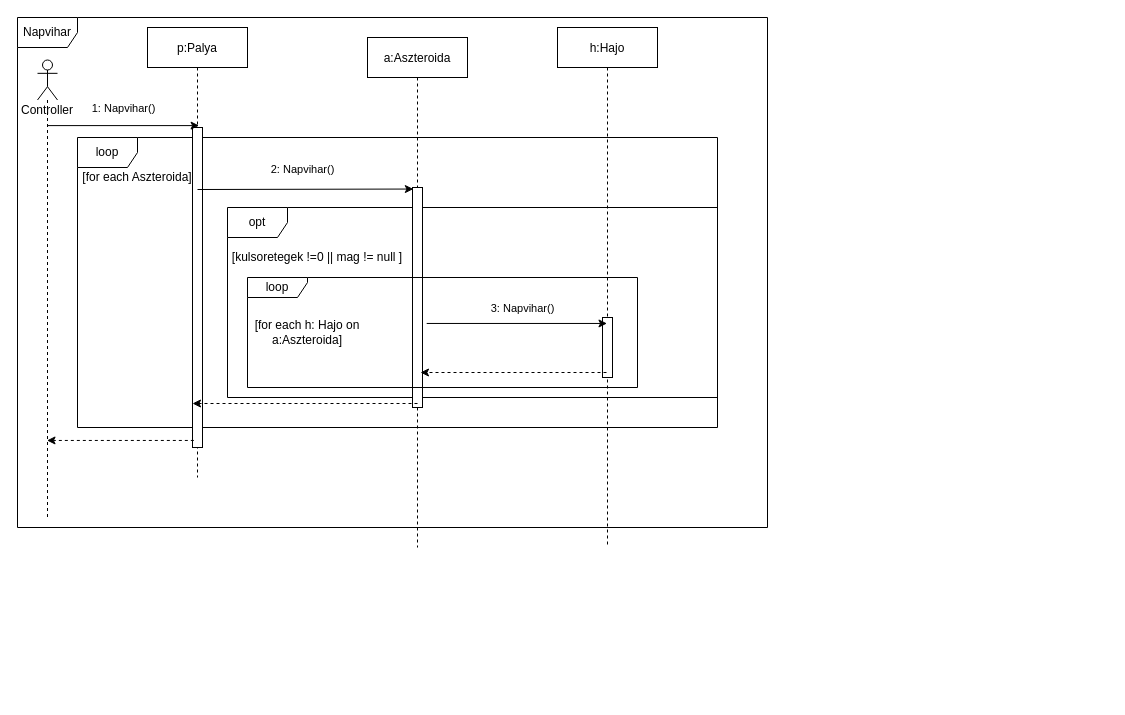
torpeBoiGo/aszteroidabanyaszat keeps this draw.io diagram as doc/szekvencia/szek_Napvihar.drawio. Above is the earlier version. Source tidied: cells renumbered, new cells numbered last; positions are measured from the earlier drawing's top-left corner, leaving out a move shared by most shapes. Both pictures are drawn from the tidied source at 100%, with x=0, y=0 at pixel (17, 17).
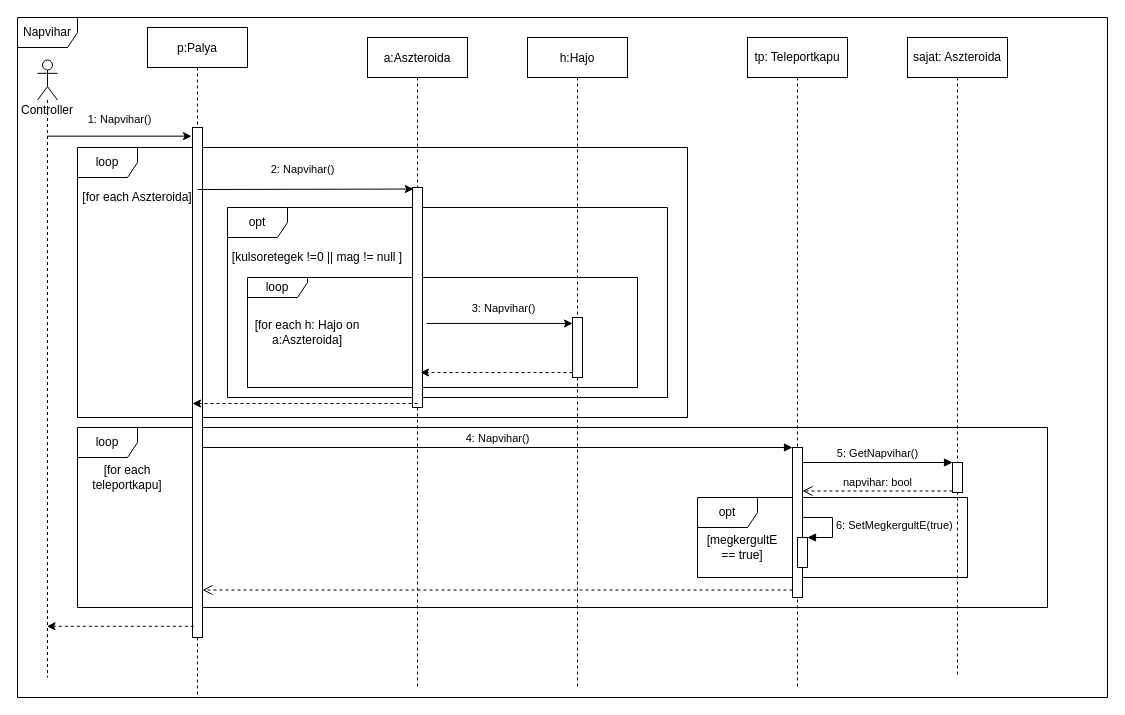
After the change.

Commit message:
teleportkaput is napszél ér

Unchanged cells that the change refers to:
```xml
<mxCell id="12" style="points=[];perimeter=orthogonalPerimeter;rounded=0;shadow=0;strokeWidth=1;" parent="11" vertex="1">
  <mxGeometry x="45" y="150" width="10" height="220" as="geometry" />
</mxCell>
```

The edit, as a diff of the source:
```diff
@@
     <mxCell id="2" value="Napvihar" style="shape=umlFrame;whiteSpace=wrap;html=1;" parent="1" vertex="1">
-      <mxGeometry width="750" height="510" as="geometry" />
+      <mxGeometry width="1090" height="680" as="geometry" />
     </mxCell>
+    <mxCell id="22" value="loop" style="shape=umlFrame;whiteSpace=wrap;html=1;" parent="1" vertex="1">
+      <mxGeometry x="60" y="410" width="970" height="180" as="geometry" />
+    </mxCell>
+    <mxCell id="23" value="opt" style="shape=umlFrame;whiteSpace=wrap;html=1;" parent="1" vertex="1">
+      <mxGeometry x="680" y="480" width="270" height="80" as="geometry" />
+    </mxCell>
     <mxCell id="3" value="loop" style="shape=umlFrame;whiteSpace=wrap;html=1;" parent="1" vertex="1">
-      <mxGeometry x="60" y="120" width="640" height="290" as="geometry" />
+      <mxGeometry x="60" y="130" width="610" height="270" as="geometry" />
     </mxCell>
     <mxCell id="4" value="opt" style="shape=umlFrame;whiteSpace=wrap;html=1;" parent="1" vertex="1">
-      <mxGeometry x="210" y="190" width="490" height="190" as="geometry" />
+      <mxGeometry x="210" y="190" width="440" height="190" as="geometry" />
     </mxCell>
+    <mxCell id="20" value="loop" style="shape=umlFrame;whiteSpace=wrap;html=1;width=60;height=20;" parent="1" vertex="1">
+      <mxGeometry x="230" y="260" width="390" height="110" as="geometry" />
+    </mxCell>
     <mxCell id="5" value="p:Palya" style="shape=umlLifeline;perimeter=lifelinePerimeter;rounded=0;shadow=0;strokeWidth=1;" parent="1" vertex="1">
-      <mxGeometry x="130" y="10" width="100" height="450" as="geometry" />
+      <mxGeometry x="130" y="10" width="100" height="670" as="geometry" />
     </mxCell>
     <mxCell id="6" style="points=[];perimeter=orthogonalPerimeter;rounded=0;shadow=0;strokeWidth=1;" parent="5" vertex="1">
-      <mxGeometry x="45" y="100" width="10" height="320" as="geometry" />
+      <mxGeometry x="45" y="100" width="10" height="510" as="geometry" />
     </mxCell>
-    <mxCell id="7" value="1: Napvihar()" style="endArrow=classic;html=1;entryX=0.516;entryY=0.218;entryDx=0;entryDy=0;entryPerimeter=0;" parent="1" edge="1" source="21" target="5">
+    <mxCell id="7" value="1: Napvihar()" style="endArrow=classic;html=1;entryX=-0.1;entryY=0.017;entryDx=0;entryDy=0;entryPerimeter=0;" parent="1" edge="1" source="21" target="6">
       <mxGeometry y="16" relative="1" as="geometry">
         <mxPoint y="-1" as="offset" />
       </mxGeometry>
     </mxCell>
     <mxCell id="8" value="[for each Aszteroida]" style="text;html=1;strokeColor=none;fillColor=none;align=center;verticalAlign=middle;whiteSpace=wrap;rounded=0;" parent="1" vertex="1">
-      <mxGeometry x="60" y="150" width="120" height="20" as="geometry" />
+      <mxGeometry x="60" y="170" width="120" height="20" as="geometry" />
     </mxCell>
@@
     <mxCell id="11" value="a:Aszteroida" style="shape=umlLifeline;perimeter=lifelinePerimeter;rounded=0;shadow=0;strokeWidth=1;" parent="1" vertex="1">
-      <mxGeometry x="350" y="20" width="100" height="510" as="geometry" />
+      <mxGeometry x="350" y="20" width="100" height="650" as="geometry" />
     </mxCell>
@@
     <mxCell id="13" value="h:Hajo" style="shape=umlLifeline;perimeter=lifelinePerimeter;rounded=0;shadow=0;strokeWidth=1;" parent="1" vertex="1">
-      <mxGeometry x="540" y="10" width="100" height="520" as="geometry" />
+      <mxGeometry x="510" y="20" width="100" height="650" as="geometry" />
     </mxCell>
     <mxCell id="14" style="points=[];perimeter=orthogonalPerimeter;rounded=0;shadow=0;strokeWidth=1;" parent="13" vertex="1">
-      <mxGeometry x="45" y="290" width="10" height="60" as="geometry" />
+      <mxGeometry x="45" y="280" width="10" height="60" as="geometry" />
     </mxCell>
@@
-    <mxCell id="16" value="&lt;span style=&quot;color: rgb(0 , 0 , 0) ; font-family: &amp;#34;helvetica&amp;#34; ; font-size: 11px ; font-style: normal ; font-weight: 400 ; letter-spacing: normal ; text-align: center ; text-indent: 0px ; text-transform: none ; word-spacing: 0px ; background-color: rgb(255 , 255 , 255) ; display: inline ; float: none&quot;&gt;3: Napvihar()&lt;/span&gt;" style="endArrow=classic;html=1;exitX=1.419;exitY=0.618;exitDx=0;exitDy=0;exitPerimeter=0;" parent="1" edge="1" source="12" target="13">
+    <mxCell id="16" value="&lt;span style=&quot;color: rgb(0 , 0 , 0) ; font-family: &amp;#34;helvetica&amp;#34; ; font-size: 11px ; font-style: normal ; font-weight: 400 ; letter-spacing: normal ; text-align: center ; text-indent: 0px ; text-transform: none ; word-spacing: 0px ; background-color: rgb(255 , 255 , 255) ; display: inline ; float: none&quot;&gt;3: Napvihar()&lt;/span&gt;" style="endArrow=classic;html=1;exitX=1.419;exitY=0.618;exitDx=0;exitDy=0;exitPerimeter=0;" parent="1" edge="1" source="12" target="14">
       <mxGeometry x="0.06" y="15" relative="1" as="geometry" />
     </mxCell>
-    <mxCell id="17" style="endArrow=classic;html=1;dashed=1;" parent="1" edge="1">
+    <mxCell id="17" style="endArrow=classic;html=1;dashed=1;" parent="1" edge="1" source="14">
       <mxGeometry relative="1" as="geometry">
-        <mxPoint x="589" y="355" as="sourcePoint" />
         <mxPoint x="403" y="355" as="targetPoint" />
       </mxGeometry>
     </mxCell>
@@
-    <mxCell id="20" value="loop" style="shape=umlFrame;whiteSpace=wrap;html=1;width=60;height=20;" parent="1" vertex="1">
-      <mxGeometry x="230" y="260" width="390" height="110" as="geometry" />
-    </mxCell>
     <mxCell id="21" value="Controller" style="shape=umlLifeline;participant=umlActor;perimeter=lifelinePerimeter;whiteSpace=wrap;html=1;verticalAlign=top;spacingTop=36;outlineConnect=0;" parent="1" vertex="1">
-      <mxGeometry x="20" y="42.5" width="20" height="457.5" as="geometry" />
+      <mxGeometry x="20" y="42.5" width="20" height="617.5" as="geometry" />
     </mxCell>
+    <mxCell id="24" value="tp: Teleportkapu" style="shape=umlLifeline;perimeter=lifelinePerimeter;whiteSpace=wrap;html=1;" parent="1" vertex="1">
+      <mxGeometry x="730" y="20" width="100" height="650" as="geometry" />
+    </mxCell>
+    <mxCell id="25" style="html=1;points=[];perimeter=orthogonalPerimeter;" parent="24" vertex="1">
+      <mxGeometry x="45" y="410" width="10" height="150" as="geometry" />
+    </mxCell>
+    <mxCell id="26" value="[for each teleportkapu]" style="text;html=1;strokeColor=none;fillColor=none;align=center;verticalAlign=middle;whiteSpace=wrap;rounded=0;" parent="1" vertex="1">
+      <mxGeometry x="50" y="450" width="120" height="20" as="geometry" />
+    </mxCell>
+    <mxCell id="27" value="4: Napvihar()" style="html=1;verticalAlign=bottom;endArrow=block;entryX=0;entryY=0;" parent="1" edge="1" source="6" target="25">
+      <mxGeometry relative="1" as="geometry" />
+    </mxCell>
+    <mxCell id="28" style="html=1;verticalAlign=bottom;endArrow=open;dashed=1;endSize=8;exitX=0;exitY=0.95;" parent="1" edge="1" source="25" target="6">
+      <mxGeometry relative="1" as="geometry" />
+    </mxCell>
+    <mxCell id="29" value="sajat: Aszteroida" style="shape=umlLifeline;perimeter=lifelinePerimeter;whiteSpace=wrap;html=1;" parent="1" vertex="1">
+      <mxGeometry x="890" y="20" width="100" height="640" as="geometry" />
+    </mxCell>
+    <mxCell id="30" style="html=1;points=[];perimeter=orthogonalPerimeter;" parent="29" vertex="1">
+      <mxGeometry x="45" y="425" width="10" height="30" as="geometry" />
+    </mxCell>
+    <mxCell id="31" value="5: GetNapvihar()" style="html=1;verticalAlign=bottom;endArrow=block;entryX=0;entryY=0;" parent="1" edge="1" source="25" target="30">
+      <mxGeometry relative="1" as="geometry" />
+    </mxCell>
+    <mxCell id="32" value="napvihar: bool" style="html=1;verticalAlign=bottom;endArrow=open;dashed=1;endSize=8;exitX=0;exitY=0.95;" parent="1" edge="1" source="30" target="25">
+      <mxGeometry relative="1" as="geometry" />
+    </mxCell>
+    <mxCell id="33" value="[megkergultE == true]" style="text;html=1;strokeColor=none;fillColor=none;align=center;verticalAlign=middle;whiteSpace=wrap;rounded=0;" parent="1" vertex="1">
+      <mxGeometry x="680" y="520" width="90" height="20" as="geometry" />
+    </mxCell>
+    <mxCell id="34" style="html=1;points=[];perimeter=orthogonalPerimeter;" parent="1" vertex="1">
+      <mxGeometry x="780" y="520" width="10" height="30" as="geometry" />
+    </mxCell>
+    <mxCell id="35" value="6: SetMegkergultE(true)" style="edgeStyle=orthogonalEdgeStyle;html=1;align=left;spacingLeft=2;endArrow=block;rounded=0;entryX=1;entryY=0;" parent="1" edge="1" target="34">
+      <mxGeometry relative="1" as="geometry">
+        <mxPoint x="785" y="500" as="sourcePoint" />
+        <Array as="points">
+          <mxPoint x="815" y="500" />
+        </Array>
+      </mxGeometry>
+    </mxCell>
```
